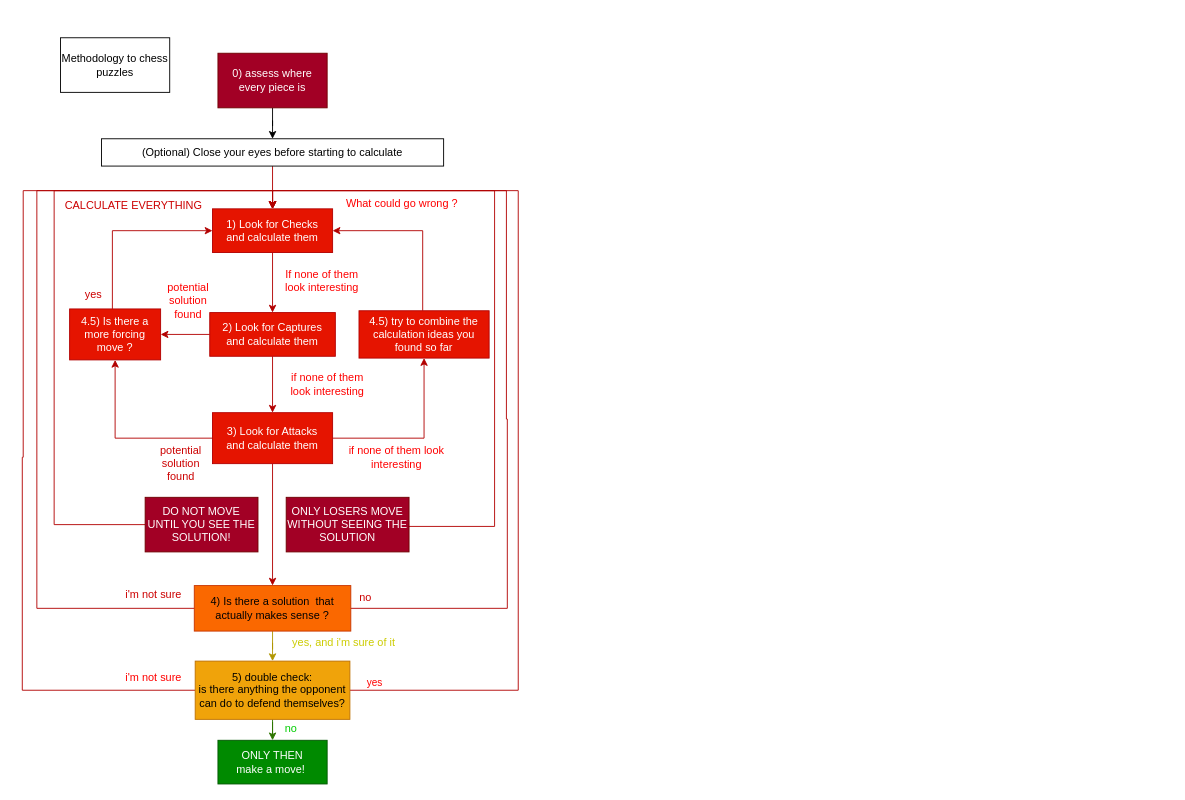
beginnerprivacy/the-opsec-bible keeps this draw.io diagram as docs/graphs/chess.drawio. Above is the earlier version. Source tidied: cells renumbered, new cells numbered last; positions are measured from the earlier drawing's top-left corner, leaving out a move shared by most shapes. Both pictures are drawn from the tidied source at 91%, with x=0, y=0 at pixel (22, 37).
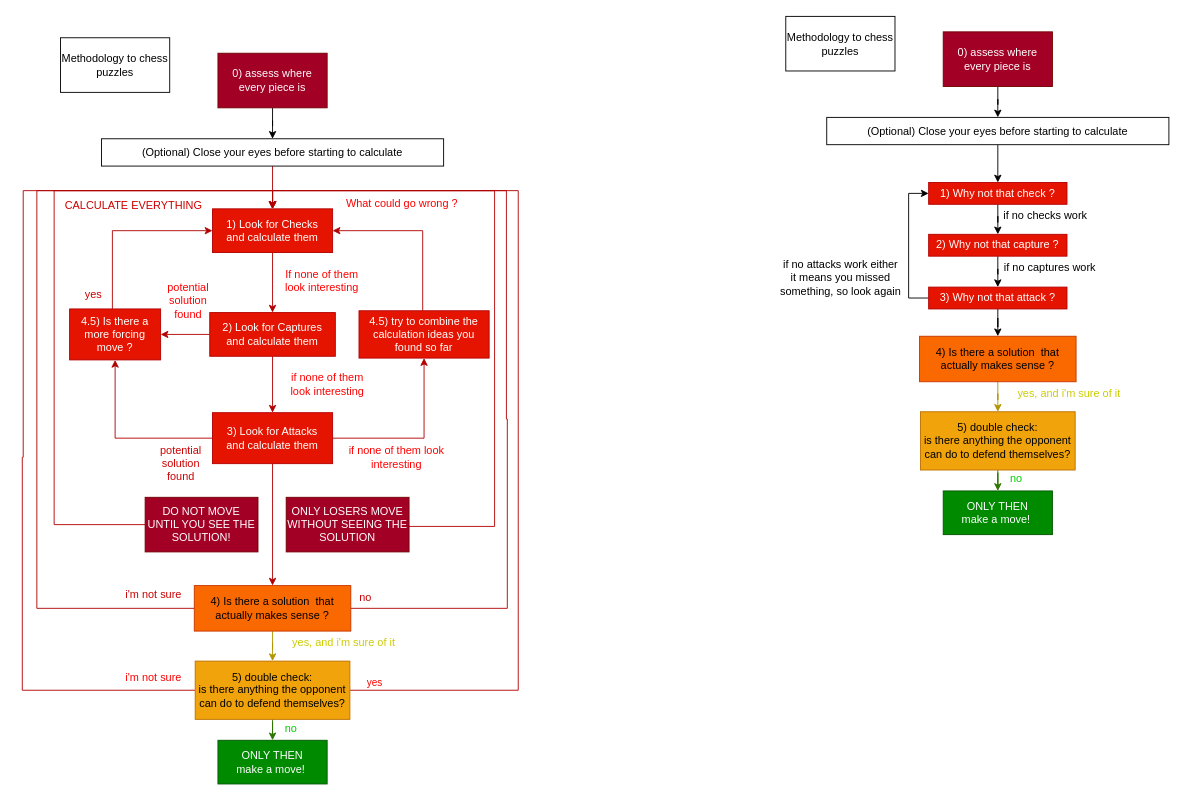
The same page after the edit.

Change to the diagram source:
```diff
@@
+    <mxCell id="47" value="Methodology to chess puzzles" style="rounded=0;whiteSpace=wrap;html=1;" parent="1" vertex="1">
+      <mxGeometry x="839" y="-23.5" width="120" height="60" as="geometry" />
+    </mxCell>
+    <mxCell id="48" style="edgeStyle=orthogonalEdgeStyle;rounded=0;jettySize=auto;html=1;entryX=0.5;entryY=0;entryDx=0;entryDy=0;" parent="1" edge="1" source="49" target="51">
+      <mxGeometry relative="1" as="geometry" />
+    </mxCell>
+    <mxCell id="49" value="0) assess where every piece is" style="rounded=0;whiteSpace=wrap;html=1;fillColor=#a20025;fontColor=#ffffff;strokeColor=#6F0000;" parent="1" vertex="1">
+      <mxGeometry x="1012" y="-6.5" width="120" height="60" as="geometry" />
+    </mxCell>
+    <mxCell id="50" style="edgeStyle=orthogonalEdgeStyle;rounded=0;jettySize=auto;html=1;entryX=0.5;entryY=0;entryDx=0;entryDy=0;" parent="1" edge="1" source="51" target="53">
+      <mxGeometry relative="1" as="geometry" />
+    </mxCell>
+    <mxCell id="51" value="(Optional) Close your eyes before starting to calculate" style="rounded=0;whiteSpace=wrap;html=1;" parent="1" vertex="1">
+      <mxGeometry x="884" y="87.5" width="376" height="30" as="geometry" />
+    </mxCell>
+    <mxCell id="52" style="edgeStyle=orthogonalEdgeStyle;rounded=0;jettySize=auto;html=1;entryX=0.5;entryY=0;entryDx=0;entryDy=0;" parent="1" edge="1" source="53" target="55">
+      <mxGeometry relative="1" as="geometry" />
+    </mxCell>
+    <mxCell id="53" value="1) Why not that check ?" style="rounded=0;whiteSpace=wrap;html=1;fillColor=#e51400;fontColor=#ffffff;strokeColor=#B20000;" parent="1" vertex="1">
+      <mxGeometry x="996" y="159" width="152" height="24" as="geometry" />
+    </mxCell>
+    <mxCell id="54" style="edgeStyle=orthogonalEdgeStyle;rounded=0;jettySize=auto;html=1;" parent="1" edge="1" source="55" target="58">
+      <mxGeometry relative="1" as="geometry" />
+    </mxCell>
+    <mxCell id="55" value="2) Why not that capture ?" style="rounded=0;whiteSpace=wrap;html=1;fillColor=#e51400;fontColor=#ffffff;strokeColor=#B20000;" parent="1" vertex="1">
+      <mxGeometry x="996" y="216" width="152" height="24" as="geometry" />
+    </mxCell>
+    <mxCell id="56" style="edgeStyle=orthogonalEdgeStyle;rounded=0;jettySize=auto;html=1;entryX=0;entryY=0.5;entryDx=0;entryDy=0;" parent="1" edge="1" source="58" target="53">
+      <mxGeometry relative="1" as="geometry">
+        <Array as="points">
+          <mxPoint x="974" y="286" />
+          <mxPoint x="974" y="171" />
+        </Array>
+      </mxGeometry>
+    </mxCell>
+    <mxCell id="57" style="edgeStyle=orthogonalEdgeStyle;rounded=0;jettySize=auto;html=1;" parent="1" edge="1" source="58" target="67">
+      <mxGeometry relative="1" as="geometry" />
+    </mxCell>
+    <mxCell id="58" value="3) Why not that attack ?" style="rounded=0;whiteSpace=wrap;html=1;fillColor=#e51400;fontColor=#ffffff;strokeColor=#B20000;" parent="1" vertex="1">
+      <mxGeometry x="996" y="274" width="152" height="24" as="geometry" />
+    </mxCell>
+    <mxCell id="59" value="if no checks work" style="text;html=1;align=center;verticalAlign=middle;strokeColor=none;fillColor=none;" parent="1" vertex="1">
+      <mxGeometry x="1069" y="183" width="110" height="26" as="geometry" />
+    </mxCell>
+    <mxCell id="60" value="if no captures work" style="text;html=1;align=center;verticalAlign=middle;strokeColor=none;fillColor=none;" parent="1" vertex="1">
+      <mxGeometry x="1069" y="240" width="119" height="26" as="geometry" />
+    </mxCell>
+    <mxCell id="61" value="&lt;div&gt;if no attacks work either &lt;br&gt;it means&amp;nbsp;&lt;span style=&quot;background-color: transparent; color: light-dark(rgb(0, 0, 0), rgb(255, 255, 255));&quot;&gt;you missed&lt;br&gt;something, so&amp;nbsp;&lt;/span&gt;&lt;span style=&quot;background-color: transparent; color: light-dark(rgb(0, 0, 0), rgb(255, 255, 255));&quot;&gt;look again&lt;/span&gt;&lt;/div&gt;" style="text;html=1;align=center;verticalAlign=middle;strokeColor=none;fillColor=none;" parent="1" vertex="1">
+      <mxGeometry x="823.5" y="236" width="151" height="55" as="geometry" />
+    </mxCell>
+    <mxCell id="62" style="edgeStyle=orthogonalEdgeStyle;rounded=0;jettySize=auto;html=1;entryX=0.5;entryY=0;entryDx=0;entryDy=0;fillColor=#60a917;strokeColor=#2D7600;" parent="1" edge="1" source="63" target="64">
+      <mxGeometry relative="1" as="geometry" />
+    </mxCell>
+    <mxCell id="63" value="&lt;div&gt;5) double check:&lt;br&gt;is there anything the opponent can do to defend themselves?&lt;/div&gt;" style="rounded=0;whiteSpace=wrap;html=1;fillColor=#f0a30a;strokeColor=#BD7000;fontColor=#000000;" parent="1" vertex="1">
+      <mxGeometry x="987" y="411" width="170" height="64" as="geometry" />
+    </mxCell>
+    <mxCell id="64" value="&lt;div&gt;ONLY THEN&lt;/div&gt;make a move!&amp;nbsp;" style="rounded=0;whiteSpace=wrap;html=1;fillColor=#008a00;fontColor=#ffffff;strokeColor=#005700;" parent="1" vertex="1">
+      <mxGeometry x="1012" y="498" width="120" height="48" as="geometry" />
+    </mxCell>
+    <mxCell id="65" value="no" style="text;html=1;align=center;verticalAlign=middle;strokeColor=none;fillColor=none;fontColor=#00CC00;" parent="1" vertex="1">
+      <mxGeometry x="1075" y="472" width="33" height="26" as="geometry" />
+    </mxCell>
+    <mxCell id="66" style="edgeStyle=orthogonalEdgeStyle;rounded=0;jettySize=auto;html=1;entryX=0.5;entryY=0;entryDx=0;entryDy=0;fillColor=#e3c800;strokeColor=#B09500;" parent="1" edge="1" source="67" target="63">
+      <mxGeometry relative="1" as="geometry" />
+    </mxCell>
+    <mxCell id="67" value="&lt;div&gt;4) Is there a solution&amp;nbsp; that actually makes sense ?&lt;/div&gt;" style="rounded=0;whiteSpace=wrap;html=1;fillColor=#fa6800;strokeColor=#C73500;fontColor=#000000;" parent="1" vertex="1">
+      <mxGeometry x="986" y="328" width="172" height="50" as="geometry" />
+    </mxCell>
+    <mxCell id="68" value="yes, and i'm sure of it" style="text;html=1;align=center;verticalAlign=middle;strokeColor=none;fillColor=none;fontColor=#CCCC00;" parent="1" vertex="1">
+      <mxGeometry x="1076" y="378" width="148" height="26" as="geometry" />
+    </mxCell>
```
